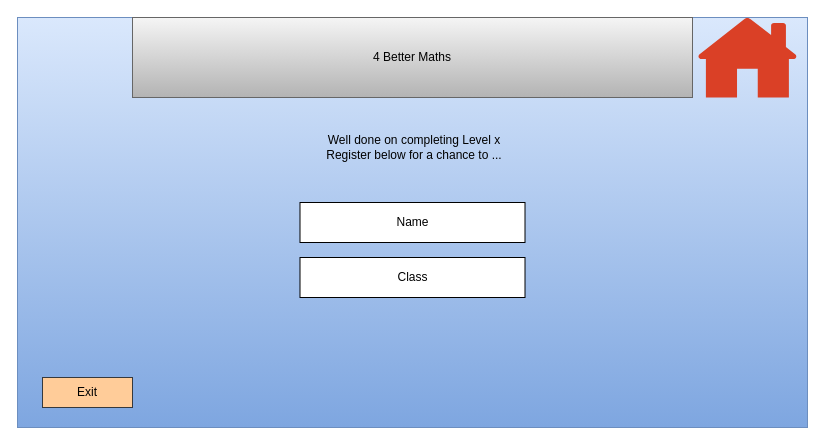
This is RegistrationMathsGame.drawio from Lumber1337/Maths-Game, a draw.io file, before an edit. Source tidied: cells renumbered, new cells numbered last; positions are measured from the earlier drawing's top-left corner, leaving out a move shared by most shapes. Both pictures are drawn from the tidied source at 100%, with x=0, y=0 at pixel (17, 17).
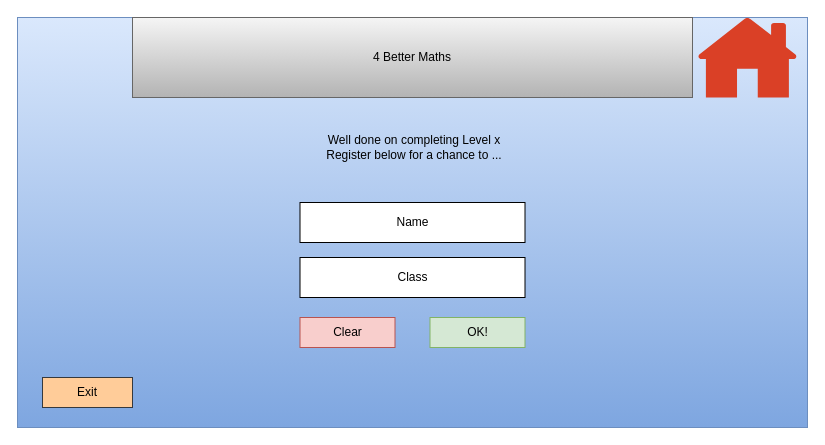
Above is the later version.

Diff of the diagram source:
```diff
@@
 <mxGraphModel>
   <root>
     <mxCell id="0" />
     <mxCell id="1" parent="0" />
     <mxCell id="2" style="rounded=0;whiteSpace=wrap;html=1;fillColor=#dae8fc;strokeColor=#6c8ebf;gradientColor=#7ea6e0;" parent="1" vertex="1">
       <mxGeometry width="790" height="410" as="geometry" />
     </mxCell>
     <mxCell id="3" value="4 Better Maths" style="text;html=1;strokeColor=#666666;fillColor=#f5f5f5;align=center;verticalAlign=middle;whiteSpace=wrap;rounded=0;gradientColor=#b3b3b3;" parent="1" vertex="1">
       <mxGeometry x="115" width="560" height="80" as="geometry" />
     </mxCell>
     <mxCell id="4" value="Exit" style="rounded=0;whiteSpace=wrap;html=1;fillColor=#ffcc99;strokeColor=#36393d;" parent="1" vertex="1">
       <mxGeometry x="25" y="360" width="90" height="30" as="geometry" />
     </mxCell>
     <mxCell id="5" style="shadow=0;dashed=0;html=1;strokeColor=none;labelPosition=center;verticalLabelPosition=bottom;verticalAlign=top;align=center;shape=mxgraph.office.concepts.home;fillColor=#DA4026;" parent="1" vertex="1">
       <mxGeometry x="680" width="100" height="80" as="geometry" />
     </mxCell>
     <mxCell id="6" value="Name" style="rounded=0;whiteSpace=wrap;html=1;" parent="1" vertex="1">
       <mxGeometry x="282.5" y="185" width="225" height="40" as="geometry" />
     </mxCell>
     <mxCell id="7" value="Well done on completing Level x&lt;br&gt;Register below for a chance to ..." style="text;html=1;strokeColor=none;fillColor=none;align=center;verticalAlign=middle;whiteSpace=wrap;rounded=0;" parent="1" vertex="1">
       <mxGeometry x="282.5" y="110" width="227.5" height="40" as="geometry" />
     </mxCell>
     <mxCell id="8" value="Class" style="rounded=0;whiteSpace=wrap;html=1;" parent="1" vertex="1">
       <mxGeometry x="282.5" y="240" width="225" height="40" as="geometry" />
     </mxCell>
+    <mxCell id="9" value="OK!" style="rounded=0;whiteSpace=wrap;html=1;fillColor=#d5e8d4;strokeColor=#82b366;" parent="1" vertex="1">
+      <mxGeometry x="412.5" y="300" width="95" height="30" as="geometry" />
+    </mxCell>
+    <mxCell id="10" value="Clear" style="rounded=0;whiteSpace=wrap;html=1;fillColor=#f8cecc;strokeColor=#b85450;" parent="1" vertex="1">
+      <mxGeometry x="282.5" y="300" width="95" height="30" as="geometry" />
+    </mxCell>
   </root>
 </mxGraphModel>
```
